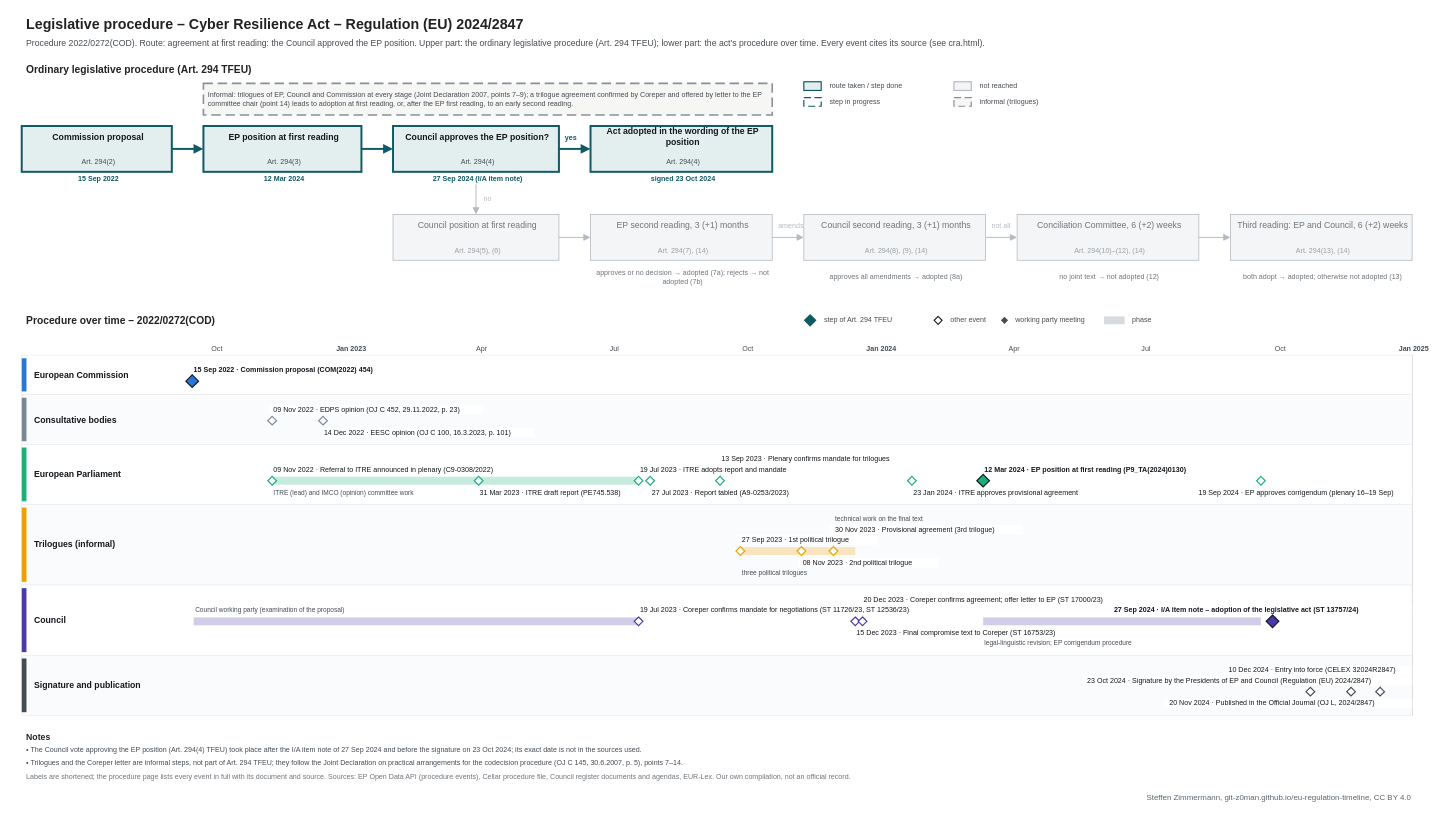
Above: procedures/cra.drawio in git-z0man/eu-regulation-timeline (draw.io), before the change. Source tidied: cells renumbered, new cells numbered last; positions are measured from the earlier drawing's top-left corner, leaving out a move shared by most shapes. Both pictures are drawn from the tidied source at 79%, with x=0, y=0 at pixel (13, 13).
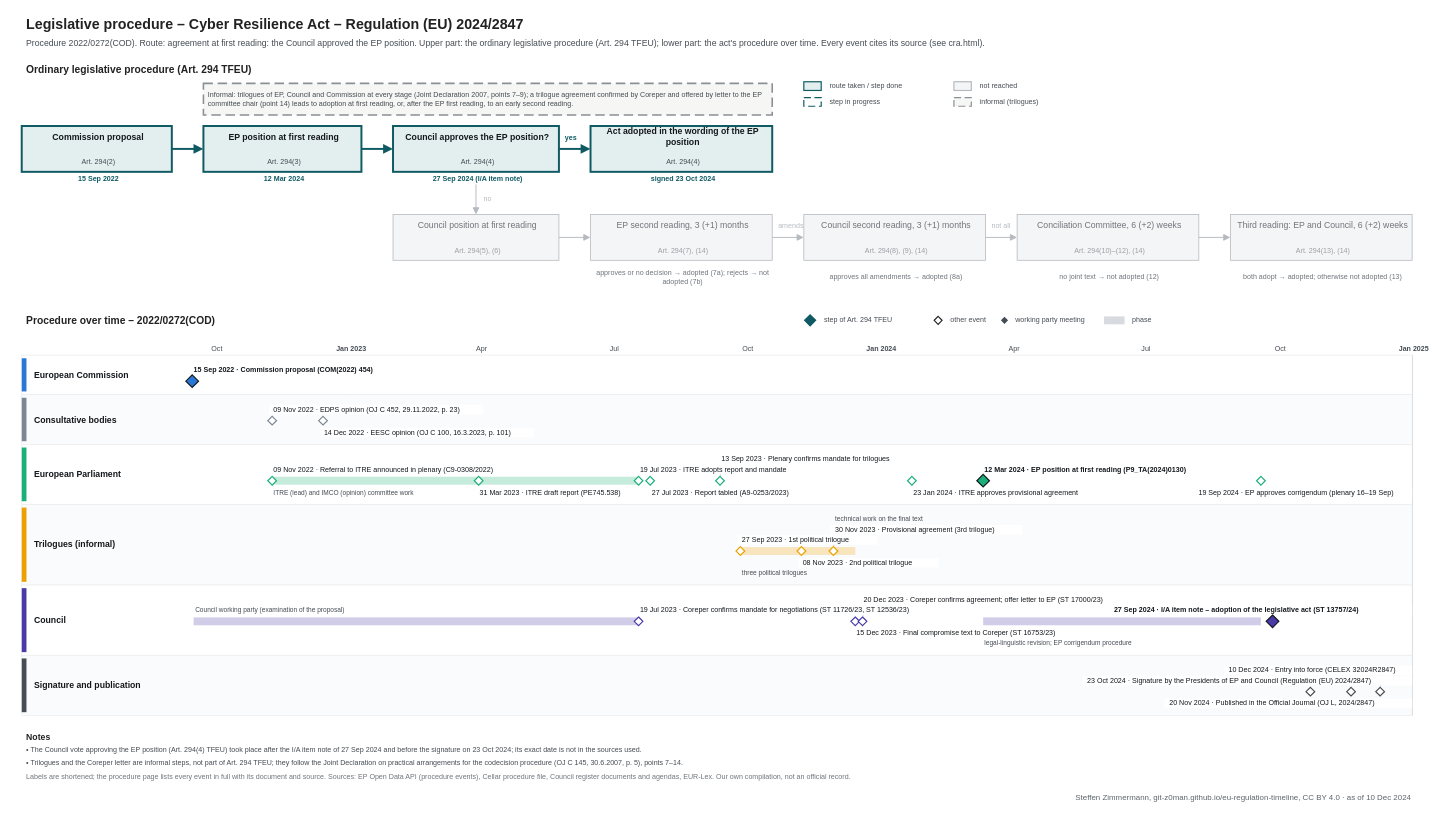
Above is the later version.

Change to the diagram source:
```diff
@@
-    <mxCell id="188" value="Steffen Zimmermann, git-z0man.github.io/eu-regulation-timeline, CC BY 4.0" style="text;html=1;fontSize=10;fontColor=#5b646b;align=right;verticalAlign=middle;spacingLeft=4;" parent="1" vertex="1">
+    <mxCell id="188" value="Steffen Zimmermann, git-z0man.github.io/eu-regulation-timeline, CC BY 4.0 · as of 10 Dec 2024" style="text;html=1;fontSize=10;fontColor=#5b646b;align=right;verticalAlign=middle;spacingLeft=4;" parent="1" vertex="1">
       <mxGeometry x="10" y="984" width="1760" height="16" as="geometry" />
     </mxCell>
```
